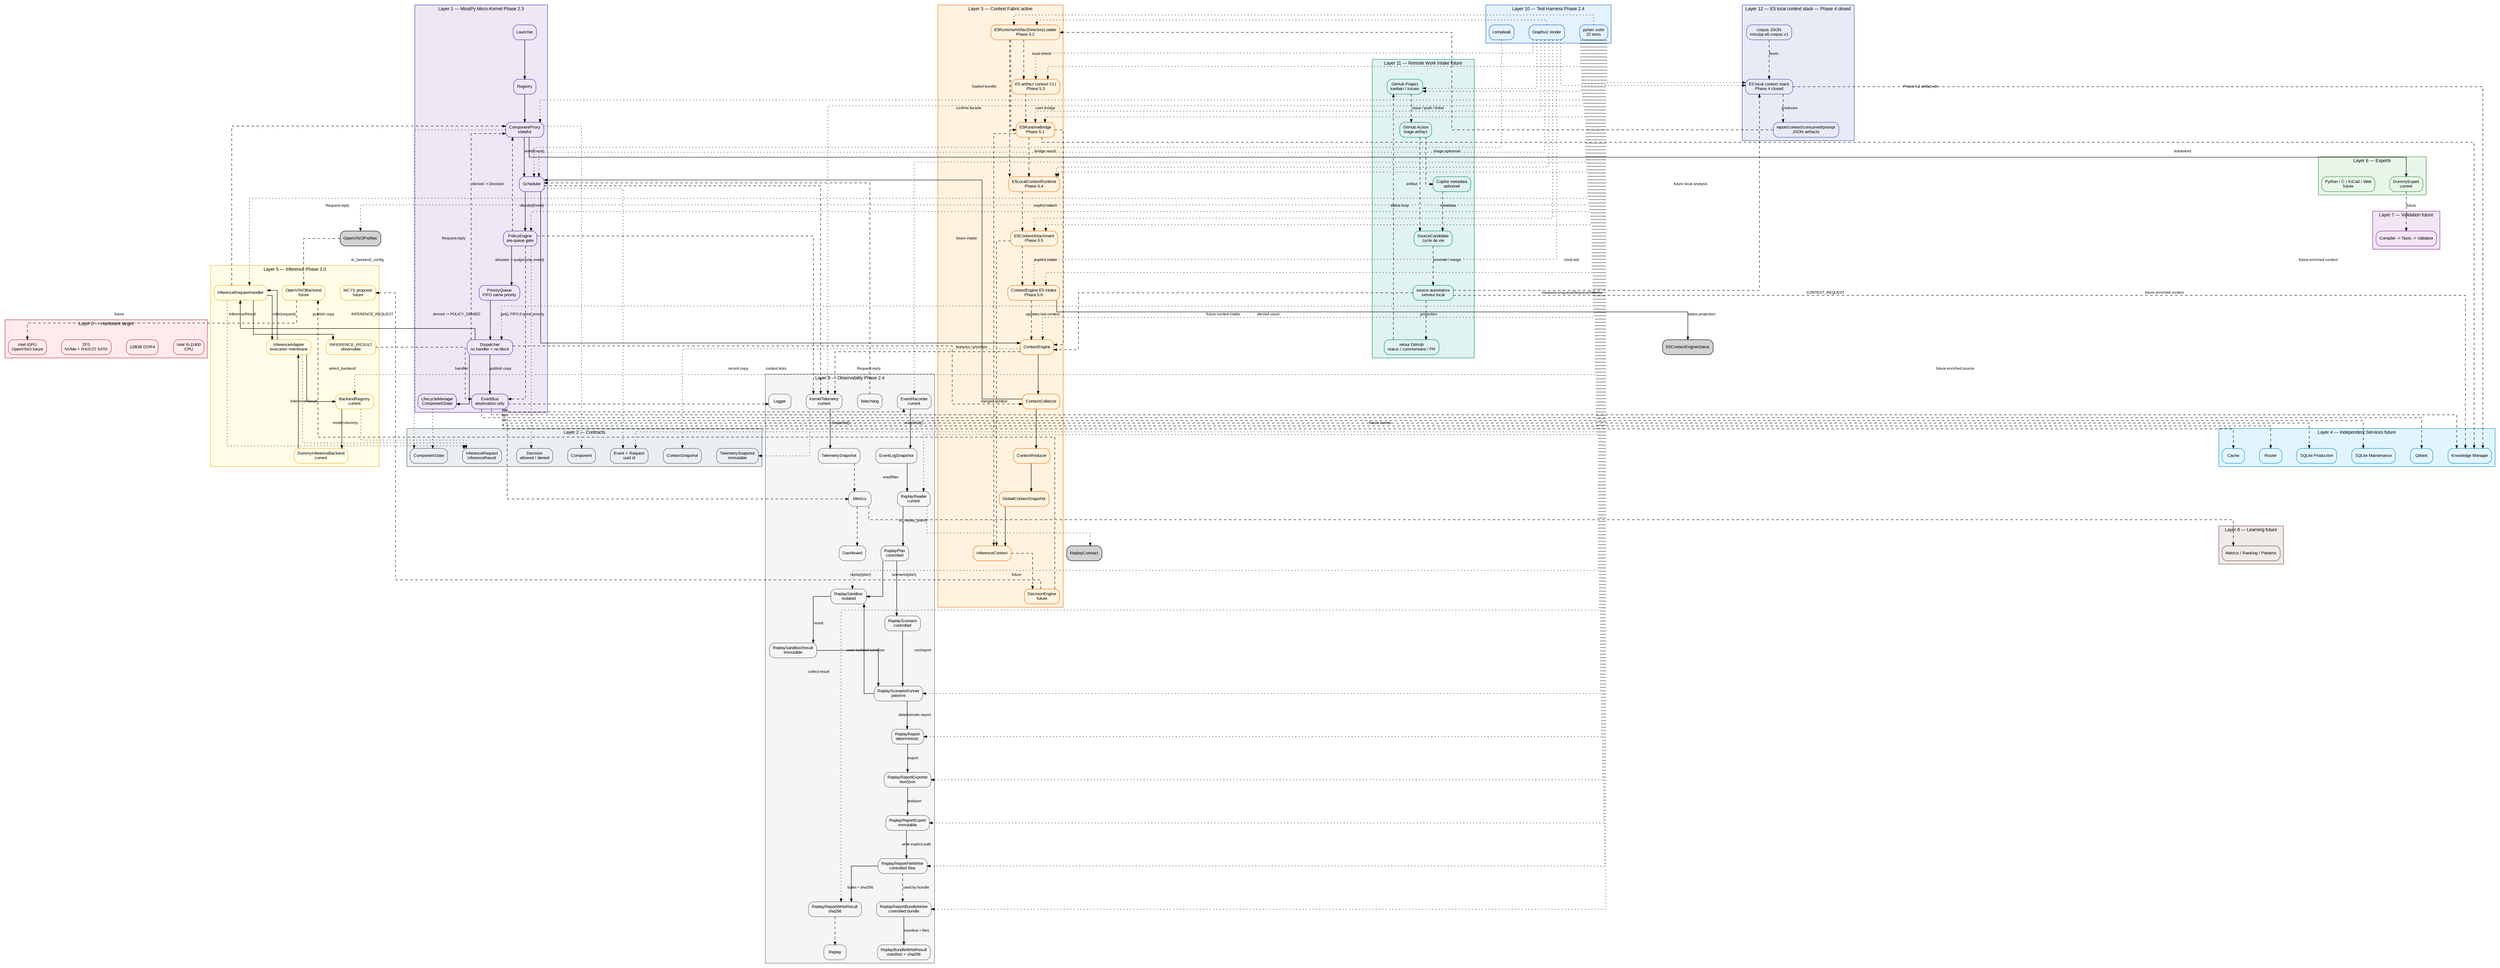
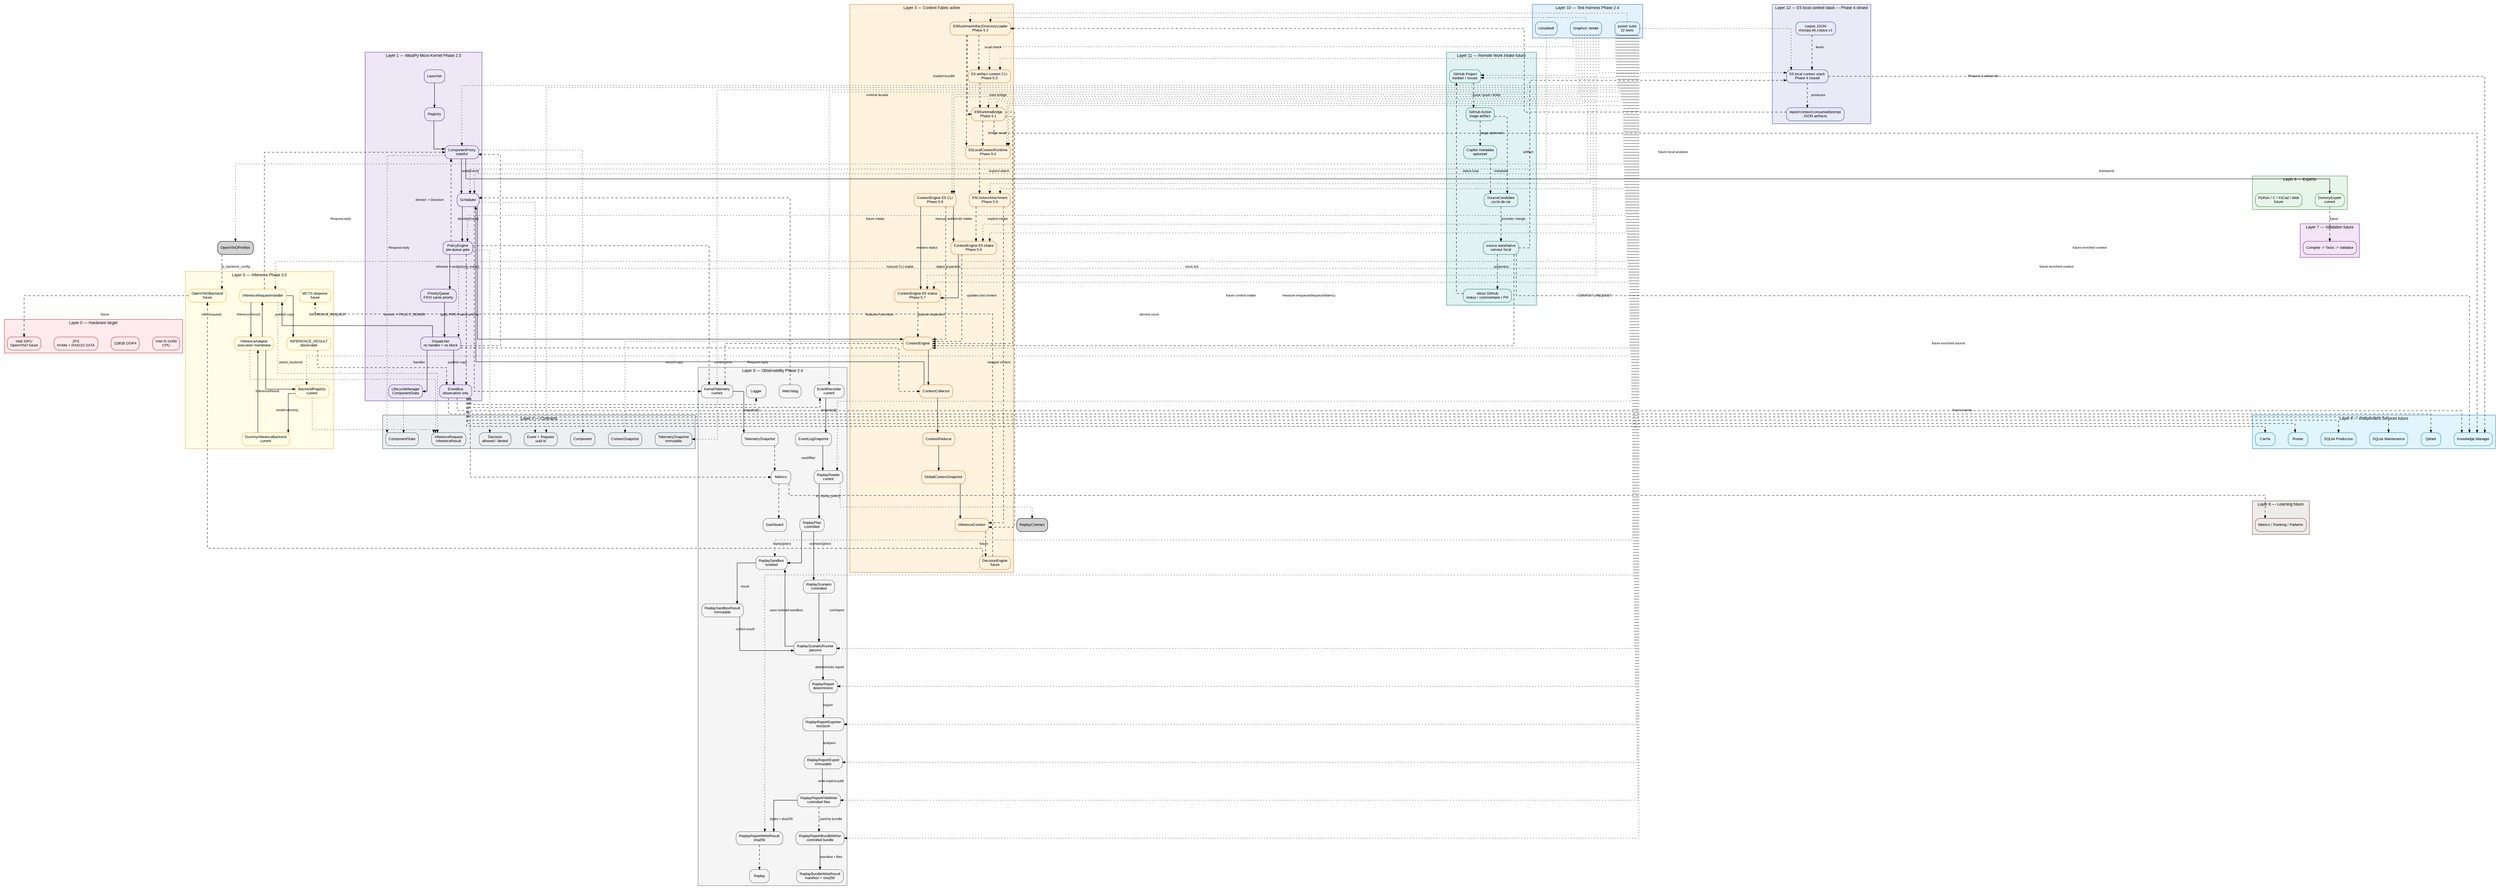
digraph Global {
    // ROADMAP_ID: global

    rankdir=TB;

    // ROADMAP_NOTE[phase2_5]:
    // BackendRegistry est ajouté au layer inference pour préparer
    // l’enregistrement explicite d’OpenVINO sans modifier le Scheduler.

    // ROADMAP_NOTE[phase3_0]:
    // OpenVINOModelProfileRegistry est ajouté pour décrire un ou plusieurs
    // modèles OpenVINO possibles avant de créer les backends exécutables.
    compound=true;
    splines=ortho;
    nodesep=0.5;
    ranksep=0.8;

    graph [fontname="Arial", fontsize=11];
    node [shape=box, style="rounded,filled", fontname="Arial", fontsize=10];
    edge [fontname="Arial", fontsize=9, arrowsize=0.7];

    // ROADMAP_NOTE[phase2_4]:
// ReplayReportBundleWriter ajoute un dossier de replay contrôlé :
// report.txt, report.json et manifest.json avec sha256. La roadmap DOT
// est aussi vérifiée par tests/docs/test_dot_links.py afin que les liens
// descente/remontée pointent vers des sources DOT existantes.
    // Le Layer 9 ajoute ReplayReportFileWriter après ReplayReportExport.
    // Cette étape persiste les exports texte/JSON vers chemins explicites.
    // Aucun répertoire n'est créé ni aucun fichier écrasé sans demande explicite.
    // Le writer reste passif et ne commande jamais le Scheduler vivant.


    // ROADMAP_NOTE[phase4_18_r2]:
    // GitHub Project Orchestrator est visible dans l'architecture globale.
    // Cette couche reste future et documentaire : pas d'API GitHub, pas de token,
    // pas de polling réseau et pas de dépendance Copilot dans le coeur.

    // ROADMAP_NOTE[phase4_19]:
    // La Phase 4 se clôt par un audit du moteur local E5 : corpus, recherche,
    // diagnostics, gates, rapports, contexte, consommation et prompt packet.
    // Le stack E5 reste hors Scheduler, hors Qdrant et hors backend de réponse.

    // ROADMAP_NOTE[phase4_20]:
    // Phase 4 clôturée : le moteur local E5 produit des artefacts déterministes
    // de recherche, contexte consommé et prompt packet. La Phase 5 peut brancher
    // ce socle au serveur local ou au Context Engine sans changer ces frontières.

    // ROADMAP_NOTE[phase5_2]:
    // E5RuntimeArtifactDirectoryLoader ajoute la bordure IO locale pour lire un
    // artifact-dir Phase 4 et réutiliser le pont pur E5RuntimeBridge. Aucun daemon,
    // réseau, Scheduler vivant, Qdrant ou LLM n'est introduit.


    // ROADMAP_NOTE[phase5_4]:
    // E5LocalContextRuntime ajoute une façade runtime locale stable au-dessus
    // du loader 5.2 et du bridge 5.1. Elle retourne un statut typé et un
    // InferenceContext sans CLI, daemon, réseau, Scheduler vivant, Qdrant ou LLM.

    // ROADMAP_NOTE[phase5_5]:
    // E5ContextAttachment fusionne explicitement un résultat runtime E5 local
    // avec un InferenceContext existant. Cette étape prépare l'intake futur du
    // ContextEngine sans lancer Scheduler, daemon, réseau, Qdrant ou LLM.

    // ROADMAP_NOTE[phase5_6]:
    // ContextEngine reçoit une entrée E5 explicite : artifact-dir ou runtime result
    // -> attachement -> last_inference_context. Aucun autoload, aucun Scheduler
    // vivant, aucun daemon, réseau, Qdrant ou LLM n'est introduit.

    // ROADMAP_NOTE[phase5_7]:
    // E5ContextEngineStatus ajoute une projection passive et sérialisable
    // de l'état E5 attaché au ContextEngine. Elle ne lit aucun fichier,
    // ne mute aucun contexte et ne déclenche aucun Scheduler/backend.
+ 
+     // ROADMAP_NOTE[phase5_8]:
+     // E5ContextEngineCLI ajoute une bordure manuelle : artifact-dir ->
+     // ContextEngine.attach_e5_artifact_dir() -> E5ContextEngineStatus. Elle
+     // ne lance aucun Scheduler vivant, daemon, réseau, Qdrant ou LLM.

    // ROADMAP_NOTE[phase5_3]:
    // E5 artifact context CLI ajoute une bordure de vérification locale pour
    // afficher l'InferenceContext construit depuis un artifact-dir, sans daemon,
    // réseau, Scheduler vivant, Qdrant ou LLM.

    subgraph cluster_L0 {
        label="Layer 0 — Hardware target";
        color="#c62828";
        bgcolor="#ffebee";
        node [fillcolor="#ffebee", color="#c62828"];
        CPU [label="Intel i5-11400\nCPU"];
        RAM [label="128GB DDR4"];
        Storage [label="ZFS\nNVMe + RAIDZ2 SATA"];
        GPU [label="Intel iGPU\nOpenVINO future"];
    }

    subgraph cluster_L1 {
        label="Layer 1 — MissiPy Micro-Kernel Phase 2.3";
        color="#512da8";
        bgcolor="#ede7f6";
        node [fillcolor="#ede7f6", color="#512da8"];
        Launcher [URL="scheduler/10_scheduler.svg", tooltip="Zoom Scheduler"];
        Registry [URL="scheduler/10_scheduler.svg", tooltip="Registry"];
        Proxy [label="ComponentProxy\nstateful", URL="scheduler/component_proxy/14_component_proxy.svg", tooltip="Runtime proxy"];
        Scheduler [URL="scheduler/10_scheduler.svg", tooltip="Zoom Scheduler"];
        Policy [label="PolicyEngine\npre-queue gate", URL="scheduler/10_scheduler.svg"];
        Queue [label="PriorityQueue\nFIFO same priority", URL="scheduler/priority_queue/13_priority_queue.svg"];
        Dispatcher [label="Dispatcher\nno handler = no block", URL="scheduler/dispatcher/11_dispatcher.svg"];
        EventBus [label="EventBus\nobservation only", URL="scheduler/event_bus/12_event_bus.svg"];
        Lifecycle [label="LifecycleManager\nComponentState", URL="scheduler/10_scheduler.svg"];
    }

    subgraph cluster_L2 {
        label="Layer 2 — Contracts";
        color="#455a64";
        bgcolor="#eceff1";
        node [fillcolor="#eceff1", color="#455a64"];
        EventContract [label="Event + Request\nuuid id"];
        LifecycleContract [label="ComponentState"];
        ComponentContract [label="Component"];
        ContextContract [label="ContextSnapshot"];
        InferenceContract [label="InferenceRequest\nInferenceResult"];
        PolicyContract [label="Decision\nallowed / denied"];
        TelemetryContract [label="TelemetrySnapshot\nimmutable"];
    }

    subgraph cluster_L3 {
        label="Layer 3 — Context Fabric active";
        color="#ef6c00";
        bgcolor="#fff3e0";
        node [fillcolor="#fff3e0", color="#ef6c00"];
        ContextEngine [label="ContextEngine", URL="context/20_context.svg"];
        Collector [label="ContextCollector", URL="context/20_context.svg"];
        Reducer [label="ContextReducer", URL="context/20_context.svg"];
        Snapshot [label="GlobalContextSnapshot", URL="context/20_context.svg"];
        InferenceCtx [label="InferenceContext", URL="context/20_context.svg"];
        E5RuntimeBridge [label="E5RuntimeBridge\nPhase 5.1", URL="context/25_e5_runtime_bridge.svg"];
        E5ArtifactLoader [label="E5RuntimeArtifactDirectoryLoader\nPhase 5.2", URL="context/26_e5_artifact_directory_loader.svg"];
        E5ArtifactContextCLI [label="E5 artifact context CLI\nPhase 5.3", URL="context/27_e5_artifact_context_cli.svg"];
        E5LocalRuntime [label="E5LocalContextRuntime\nPhase 5.4", URL="context/28_e5_local_context_runtime.svg"];
        E5ContextAttachment [label="E5ContextAttachment\nPhase 5.5", URL="context/29_e5_context_attachment.svg"];
        E5ContextEngineIntake [label="ContextEngine E5 intake\nPhase 5.6", URL="context/30_e5_context_engine_intake.svg"];
+         E5ContextEngineStatus [label="ContextEngine E5 status\nPhase 5.7", URL="context/31_e5_context_engine_status.svg"];
+         E5ContextEngineCLI [label="ContextEngine E5 CLI\nPhase 5.8", URL="context/32_e5_context_engine_cli.svg"];
        Decision [label="DecisionEngine\nfuture", URL="context/20_context.svg"];
    }

    E5ContextEngineIntake -> E5ContextEngineStatus [label="status projection"];
+     E5ContextEngineCLI -> E5ContextEngineIntake [label="manual artifact-dir intake"];
+     E5ContextEngineCLI -> E5ContextEngineStatus [label="renders status"];

    subgraph cluster_L4 {
        label="Layer 4 — Independent Services future";
        color="#0288d1";
        bgcolor="#e1f5fe";
        node [fillcolor="#e1f5fe", color="#0288d1"];
        Router [URL="services/30_services.svg"];
        SQLiteProd [label="SQLite Production", URL="services/30_services.svg"];
        SQLiteMaint [label="SQLite Maintenance", URL="services/30_services.svg"];
        Qdrant [URL="services/30_services.svg"];
        Cache [URL="services/30_services.svg"];
        Knowledge [label="Knowledge Manager", URL="services/30_services.svg"];
    }

    subgraph cluster_L5 {
        label="Layer 5 — Inference Phase 3.0";
        color="#f9a825";
        bgcolor="#fffde7";
        node [fillcolor="#fffde7", color="#f9a825"];
        InferenceHandler [label="InferenceRequestHandler", URL="inference/40_inference.svg"];
        InferenceAdapter [label="InferenceAdapter\nexecution membrane", URL="inference/40_inference.svg"];
        BackendRegistry [label="BackendRegistry\ncurrent", URL="inference/40_inference.svg"];
        DummyBackend [label="DummyInferenceBackend\ncurrent", URL="inference/40_inference.svg"];
        InferenceResult [label="INFERENCE_RESULT\nobservable", URL="inference/40_inference.svg"];
        OpenVINO [label="OpenVINOBackend\nfuture", URL="inference/40_inference.svg"];
        MCTS [label="MCTS proposer\nfuture"];
    }

    subgraph cluster_L6 {
        label="Layer 6 — Experts";
        color="#388e3c";
        bgcolor="#e8f5e9";
        node [fillcolor="#e8f5e9", color="#388e3c"];
        Dummy [label="DummyExpert\ncurrent", URL="experts/40_experts.svg"];
        ExpertsFuture [label="Python / C / KiCad / Web\nfuture", URL="experts/40_experts.svg"];
    }

    subgraph cluster_L7 {
        label="Layer 7 — Validation future";
        color="#7b1fa2";
        bgcolor="#f3e5f5";
        node [fillcolor="#f3e5f5", color="#7b1fa2"];
        Validation [label="Compiler -> Tests -> Validator", URL="validation/50_validation.svg"];
    }

    subgraph cluster_L8 {
        label="Layer 8 — Learning future";
        color="#6d4c41";
        bgcolor="#efebe9";
        node [fillcolor="#efebe9", color="#6d4c41"];
        Learning [label="Metrics / Ranking / Patterns", URL="learning/60_learning.svg"];
    }

    subgraph cluster_L9 {
        label="Layer 9 — Observability Phase 2.4";
        color="#666666";
        bgcolor="#f5f5f5";
        node [fillcolor="#f5f5f5", color="#666666"];
        Logger [URL="observability/70_observability.svg"];
        KernelTelemetry [label="KernelTelemetry
current", URL="observability/70_observability.svg"];
        TelemetrySnapshot [label="TelemetrySnapshot", URL="observability/70_observability.svg"];
        EventRecorder [label="EventRecorder
current", URL="observability/70_observability.svg"];
        EventLogSnapshot [label="EventLogSnapshot", URL="observability/70_observability.svg"];
        ReplayReader [label="ReplayReader
current", URL="observability/70_observability.svg"];
        ReplayPlan [label="ReplayPlan
controlled", URL="observability/70_observability.svg"];
        ReplaySandbox [label="ReplaySandbox
isolated", URL="observability/70_observability.svg"];
        ReplaySandboxResult [label="ReplaySandboxResult
immutable", URL="observability/70_observability.svg"];
        ReplayScenario [label="ReplayScenario
controlled", URL="observability/70_observability.svg"];
        ReplayScenarioRunner [label="ReplayScenarioRunner
passive", URL="observability/70_observability.svg"];
        ReplayReport [label="ReplayReport
deterministic", URL="observability/70_observability.svg"];
        ReplayReportExporter [label="ReplayReportExporter
text/json", URL="observability/70_observability.svg"];
        ReplayReportExport [label="ReplayReportExport
immutable", URL="observability/70_observability.svg"];
        ReplayReportFileWriter [label="ReplayReportFileWriter
controlled files", URL="observability/70_observability.svg"];
        ReplayReportWriteResult [label="ReplayReportWriteResult
sha256", URL="observability/70_observability.svg"];
        ReplayReportBundleWriter [label="ReplayReportBundleWriter
controlled bundle", URL="observability/70_observability.svg"];
        ReplayBundleWriteResult [label="ReplayBundleWriteResult
manifest + sha256", URL="observability/70_observability.svg"];
        Metrics [URL="observability/70_observability.svg"];
        Replay [URL="observability/70_observability.svg"];
        Dashboard [URL="observability/70_observability.svg"];
        Watchdog [URL="observability/70_observability.svg"];
    }

    subgraph cluster_L10 {
        label="Layer 10 — Test Harness Phase 2.4";
        color="#1565c0";
        bgcolor="#e3f2fd";
        node [fillcolor="#e3f2fd", color="#1565c0"];
        Pytest [label="pytest suite\n22 tests", URL="tests/80_tests.svg"];
        CompileAll [label="compileall"];
        DotRender [label="Graphviz render"];
    }



    subgraph cluster_L11 {
        label="Layer 11 — Remote Work Intake future";
        color="#00897b";
        bgcolor="#e0f2f1";
        node [fillcolor="#e0f2f1", color="#00897b"];
        GitHubProject [label="GitHub Project
kanban / issues", URL="integrations/90_github_project_orchestrator.svg"];
        GitHubAction [label="GitHub Action
triage artifact", URL="integrations/90_github_project_orchestrator.svg"];
        CopilotMetadata [label="Copilot metadata
optionnel", URL="integrations/90_github_project_orchestrator.svg"];
        SourceCandidate [label="SourceCandidate
cycle de vie", URL="integrations/91_source_candidate_lifecycle.svg"];
        LocalAuthority [label="source autoritative
serveur local", URL="integrations/91_source_candidate_lifecycle.svg"];
        GitHubFeedback [label="retour GitHub
status / commentaire / PR", URL="integrations/90_github_project_orchestrator.svg"];
    }

    subgraph cluster_L12 {
        label="Layer 12 — E5 local context stack — Phase 4 closed";
        color="#3949ab";
        bgcolor="#e8eaf6";
        node [fillcolor="#e8eaf6", color="#3949ab"];
        E5LocalStack [label="E5 local context stack
Phase 4 closed", URL="inference/74_e5_phase4_closure.svg"];
        E5Corpus [label="corpus JSON
missipy.e5.corpus.v1", URL="inference/73_e5_phase4_final_audit.svg"];
        E5Reports [label="report/context/consumed/prompt
JSON artifacts", URL="inference/74_e5_phase4_closure.svg"];
    }

    Launcher -> Registry;
    Registry -> Proxy;
    Proxy -> Scheduler [label="emit(Event)"];
    Scheduler -> Policy [label="decide(Event)"];
    Policy -> Queue [label="allowed -> put(priority, event)"];
    Policy -> EventBus [label="denied -> POLICY_DENIED", style=dashed];
    Policy -> Proxy [label="denied -> Decision", style=dashed];
    Queue -> Dispatcher [label="get(), FIFO if same priority"];
    Dispatcher -> Lifecycle [label="handler"];
    Dispatcher -> EventBus [label="publish copy"];
    Dispatcher -> Proxy [label="Request.reply", style=dashed];

    Lifecycle -> LifecycleContract [style=dotted];
    Proxy -> LifecycleContract [style=dotted];

    Scheduler -> ContextEngine [label="clock tick"];
    ContextEngine -> Collector;
    Collector -> Scheduler [label="CONTEXT_REQUEST"];
    Dispatcher -> Collector [label="Request.reply", style=dashed];
    Collector -> Reducer;
    Reducer -> Snapshot;
    Snapshot -> InferenceCtx;
    InferenceCtx -> Decision [style=dashed, label="future"];

    Scheduler -> EventContract [style=dotted];
    Policy -> PolicyContract [style=dotted];
    KernelTelemetry -> TelemetryContract [style=dotted];
    Proxy -> ComponentContract [style=dotted];
    ContextEngine -> ContextContract [style=dotted];
    InferenceHandler -> InferenceContract [style=dotted];
    ReplayReader -> ReplayContract [style=dotted];
    InferenceAdapter -> InferenceContract [style=dotted];
    BackendRegistry -> InferenceContract [style=dotted];

    Proxy -> Dummy [label="tick/asend"];

    Dispatcher -> InferenceHandler [label="INFERENCE_REQUEST"];
    InferenceHandler -> InferenceAdapter [label="infer(request)"];
    InferenceAdapter -> BackendRegistry [label="select_backend"];
    BackendRegistry -> DummyBackend [label="model=dummy"];
    DummyBackend -> InferenceAdapter [label="InferenceResult"];
    InferenceAdapter -> InferenceHandler [label="InferenceResult"];
    InferenceHandler -> InferenceResult [label="publish copy"];
    InferenceHandler -> Proxy [label="Request.reply", style=dashed];
    InferenceResult -> EventBus [style=dashed];
    OpenVINOProfiles -> OpenVINO [style=dashed, label="to_backend_config"];
    OpenVINO -> GPU [style=dashed, label="future"];
    E5Corpus -> E5LocalStack [style=dashed, label="feeds"];
    E5LocalStack -> E5Reports [style=dashed, label="produces"];
    E5Reports -> E5ArtifactLoader [style=dashed, label="Phase 5.2 artifact-dir"];
    E5ArtifactLoader -> E5RuntimeBridge [style=dashed, label="loaded bundle"];
    E5ArtifactLoader -> E5ArtifactContextCLI [style=dashed, label="local check"];
    E5ArtifactContextCLI -> E5RuntimeBridge [style=dashed, label="uses bridge"];
    E5ArtifactLoader -> E5LocalRuntime [style=dashed, label="runtime facade"];
    E5RuntimeBridge -> E5LocalRuntime [style=dashed, label="bridge result"];
    E5LocalRuntime -> E5ContextAttachment [style=dashed, label="explicit attach"];
    E5ContextAttachment -> InferenceCtx [style=dashed, label="merged context"];
    E5RuntimeBridge -> InferenceCtx [style=dashed, label="features / priorities"];
    E5ContextAttachment -> E5ContextEngineIntake [style=dashed, label="explicit intake"];
    E5ContextEngineIntake -> ContextEngine [style=dashed, label="updates last context"];
+     E5ContextEngineStatus -> ContextEngine [style=dashed, label="passive inspection"];
+     E5ContextEngineCLI -> ContextEngine [style=dashed, label="manual CLI intake"];
    E5RuntimeBridge -> ContextEngine [style=dashed, label="future intake"];
    E5RuntimeBridge -> Knowledge [style=dashed, label="future enriched context"];
    E5LocalStack -> Knowledge [style=dashed, label="future enriched context"];

    Scheduler -> KernelTelemetry [style=dashed, label="measure enqueue/dequeue/latency"];
    Policy -> KernelTelemetry [style=dashed, label="denied count"];
    ContextEngine -> KernelTelemetry [style=dashed, label="context ticks"];
    KernelTelemetry -> TelemetrySnapshot [label="snapshot()"];
    TelemetrySnapshot -> Metrics [style=dashed];

    EventBus -> Logger [style=dashed];
    EventBus -> Metrics [style=dashed];
    EventBus -> EventRecorder [style=dashed, label="record copy"];
    EventRecorder -> EventLogSnapshot [label="snapshot()"];
    EventLogSnapshot -> ReplayReader [label="read/filter"];
    ReplayReader -> ReplayPlan [label="to_replay_plan()"];
    ReplayPlan -> ReplaySandbox [label="replay(plan)"];
    ReplaySandbox -> ReplaySandboxResult [label="result"];
    ReplayPlan -> ReplayScenario [label="scenario(plan)"];
    ReplayScenario -> ReplayScenarioRunner [label="run/report"];
    ReplayScenarioRunner -> ReplaySandbox [label="uses isolated sandbox"];
    ReplaySandboxResult -> ReplayScenarioRunner [label="collect result"];
    ReplayScenarioRunner -> ReplayReport [label="deterministic report"];
    ReplayReport -> ReplayReportExporter [label="export"];
    ReplayReportExporter -> ReplayReportExport [label="text/json"];
    ReplayReportExport -> ReplayReportFileWriter [label="write explicit path"];
    ReplayReportFileWriter -> ReplayReportWriteResult [label="bytes + sha256"];
    ReplayReportFileWriter -> ReplayReportBundleWriter [style=dashed, label="used by bundle"];
    ReplayReportBundleWriter -> ReplayBundleWriteResult [label="manifest + files"];
    ReplayReportWriteResult -> Replay [style=dashed];
    Metrics -> Dashboard [style=dashed];
    Watchdog -> Scheduler [style=dashed];

    Pytest -> EventContract [style=dotted];
    Pytest -> Dispatcher [style=dotted];
    Pytest -> Proxy [style=dotted];
    Pytest -> ContextEngine [style=dotted];
    Pytest -> InferenceHandler [style=dotted];
    Pytest -> BackendRegistry [style=dotted];
    Pytest -> OpenVINOProfiles [style=dotted];
    Pytest -> Policy [style=dotted];
    Pytest -> KernelTelemetry [style=dotted];
    Pytest -> EventRecorder [style=dotted];
    Pytest -> ReplayReader [style=dotted];
    Pytest -> ReplaySandbox [style=dotted];
    Pytest -> ReplayScenarioRunner [style=dotted];
    Pytest -> ReplayReport [style=dotted];
    Pytest -> ReplayReportExporter [style=dotted];
    Pytest -> ReplayReportExport [style=dotted];
    Pytest -> ReplayReportFileWriter [style=dotted];
    Pytest -> ReplayReportBundleWriter [style=dotted];
    Pytest -> ReplayReportWriteResult [style=dotted];
    CompileAll -> Scheduler [style=dotted];
    DotRender -> Scheduler [style=dotted];

    EventBus -> Router [style=dashed, label="future events"];
    EventBus -> SQLiteProd [style=dashed];
    EventBus -> SQLiteMaint [style=dashed];
    EventBus -> Qdrant [style=dashed];
    EventBus -> Cache [style=dashed];
    EventBus -> Knowledge [style=dashed];
    Decision -> OpenVINO [style=dashed];
    Decision -> MCTS [style=dashed];
    Dummy -> Validation [style=dashed, label="future"];
    Metrics -> Learning [style=dashed];

    GitHubProject -> GitHubAction [style=dashed, label="issue / push / ticket"];
    GitHubAction -> CopilotMetadata [style=dashed, label="triage optionnel"];
    CopilotMetadata -> SourceCandidate [style=dashed, label="metadata"];
    GitHubAction -> SourceCandidate [style=dashed, label="artifact"];
    SourceCandidate -> LocalAuthority [style=dashed, label="promote / merge"];
    LocalAuthority -> E5LocalStack [style=dashed, label="future local analysis"];
    LocalAuthority -> ContextEngine [style=dashed, label="future context intake"];
    LocalAuthority -> Knowledge [style=dashed, label="future enriched source"];
    LocalAuthority -> GitHubFeedback [style=dashed, label="projection"];
    GitHubFeedback -> GitHubProject [style=dashed, label="status loop"];
    Pytest -> GitHubProject [style=dotted];
    Pytest -> E5LocalStack [style=dotted];
    Pytest -> E5RuntimeBridge [style=dotted];
    Pytest -> E5ArtifactLoader [style=dotted];
    Pytest -> E5ArtifactContextCLI [style=dotted];
    Pytest -> E5LocalRuntime [style=dotted];
    Pytest -> E5ContextAttachment [style=dotted];
    Pytest -> E5ContextEngineIntake [style=dotted];
+     Pytest -> E5ContextEngineStatus [style=dotted];
+     Pytest -> E5ContextEngineCLI [style=dotted];
    DotRender -> GitHubProject [style=dotted];
    DotRender -> E5LocalStack [style=dotted];
    DotRender -> E5RuntimeBridge [style=dotted];
    DotRender -> E5ArtifactLoader [style=dotted];
    DotRender -> E5ArtifactContextCLI [style=dotted];
    DotRender -> E5LocalRuntime [style=dotted];
    DotRender -> E5ContextAttachment [style=dotted];
    DotRender -> E5ContextEngineIntake [style=dotted];
+     DotRender -> E5ContextEngineStatus [style=dotted];
+     DotRender -> E5ContextEngineCLI [style=dotted];
}

